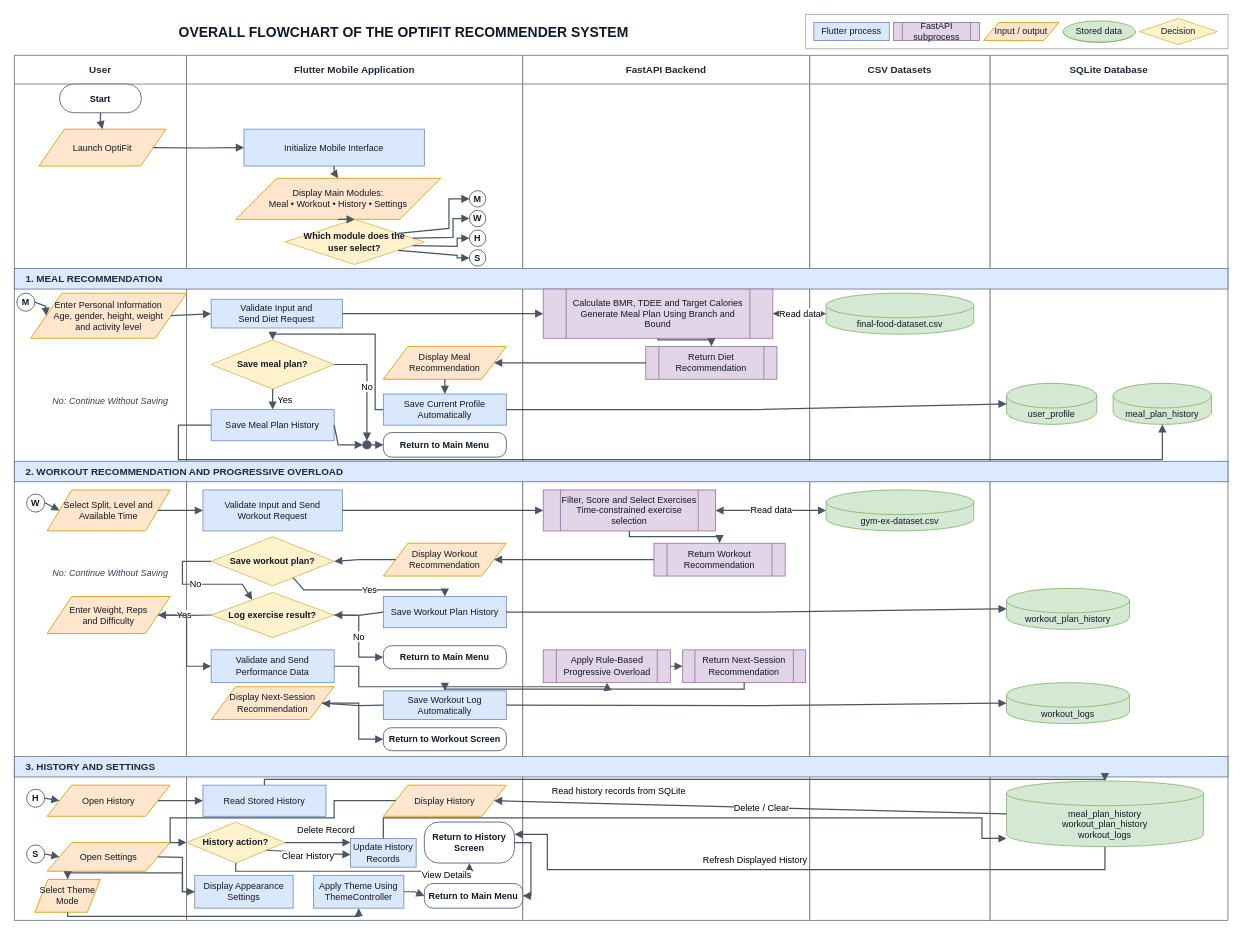
The draw.io diagram diagrams/OptiFit_Overall_Flowchart_Final_v3.drawio in JimeaVV/nlcn, before the edit. Source tidied: cells renumbered, new cells numbered last; positions are measured from the earlier drawing's top-left corner, leaving out a move shared by most shapes. Both pictures are drawn from the tidied source at 82%, with x=0, y=0 at pixel (14, 14).
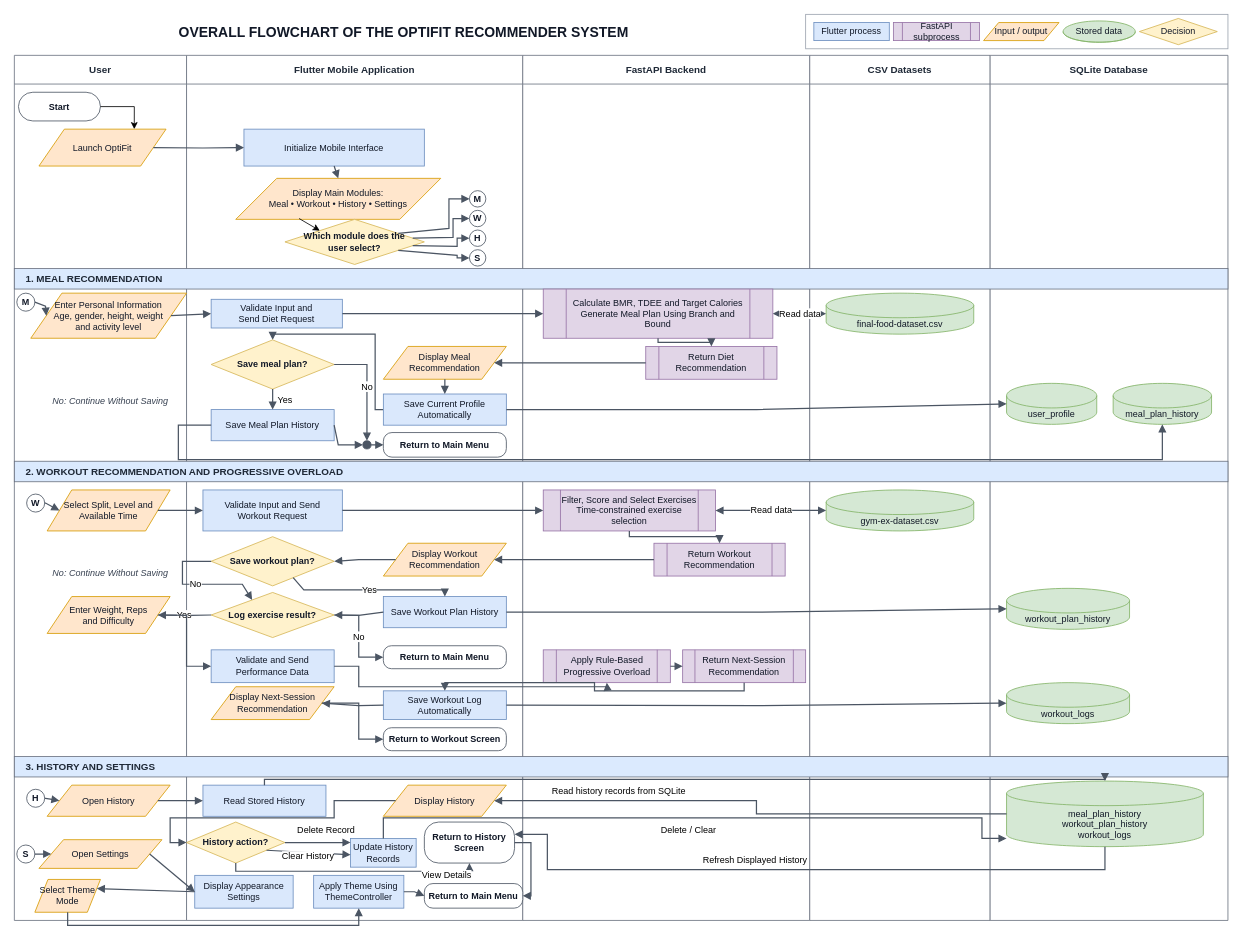
The same diagram, later.

Unchanged cells that the change refers to:
```xml
<mxCell id="2" value="User" style="swimlane;horizontal=1;startSize=35;html=1;whiteSpace=wrap;fillColor=#ffffff;swimlaneFillColor=#ffffff;strokeColor=#6b7280;fontColor=#1f2937;fontSize=12;fontStyle=1;shadow=0;" parent="1" vertex="1">
  <mxGeometry y="50" width="210" height="1055" as="geometry" />
</mxCell>
<mxCell id="16" value="Launch OptiFit" style="shape=parallelogram;perimeter=parallelogramPerimeter;whiteSpace=wrap;html=1;fillColor=#ffe6cc;strokeColor=#d79b00;fontColor=#111827;fontSize=11;shadow=0;" parent="1" vertex="1">
  <mxGeometry x="30" y="140" width="155" height="45" as="geometry" />
</mxCell>
<mxCell id="17" value="Initialize Mobile Interface" style="rounded=0;whiteSpace=wrap;html=1;fillColor=#dae8fc;strokeColor=#6c8ebf;fontColor=#111827;fontSize=11;shadow=0;" parent="1" vertex="1">
  <mxGeometry x="280" y="140" width="220" height="45" as="geometry" />
</mxCell>
<mxCell id="18" value="Display Main Modules:&#10;Meal • Workout • History • Settings" style="shape=parallelogram;perimeter=parallelogramPerimeter;whiteSpace=wrap;html=1;fillColor=#ffe6cc;strokeColor=#d79b00;fontColor=#111827;fontSize=11;shadow=0;" parent="1" vertex="1">
  <mxGeometry x="270" y="200" width="250" height="50" as="geometry" />
</mxCell>
<mxCell id="19" value="Which module does the&#10;user select?" style="rhombus;whiteSpace=wrap;html=1;fillColor=#fff2cc;strokeColor=#d6b656;fontColor=#111827;fontSize=11;fontStyle=1;shadow=0;" parent="1" vertex="1">
  <mxGeometry x="330" y="250" width="170" height="55" as="geometry" />
</mxCell>
<mxCell id="31" value="Calculate BMR, TDEE and Target Calories&#10;Generate Meal Plan Using Branch and Bound" style="shape=process;whiteSpace=wrap;html=1;fillColor=#e1d5e7;strokeColor=#9673a6;fontColor=#111827;fontSize=11;shadow=0;" parent="1" vertex="1">
  <mxGeometry x="645" y="335" width="280" height="60" as="geometry" />
</mxCell>
<mxCell id="33" value="Return Diet Recommendation" style="shape=process;whiteSpace=wrap;html=1;fillColor=#e1d5e7;strokeColor=#9673a6;fontColor=#111827;fontSize=11;shadow=0;" parent="1" vertex="1">
  <mxGeometry x="770" y="405" width="160" height="40" as="geometry" />
</mxCell>
<mxCell id="57" value="Return Next-Session&#10;Recommendation" style="shape=process;whiteSpace=wrap;html=1;fillColor=#e1d5e7;strokeColor=#9673a6;fontColor=#111827;fontSize=11;shadow=0;" parent="1" vertex="1">
  <mxGeometry x="815" y="775" width="150" height="40" as="geometry" />
</mxCell>
<mxCell id="58" value="Save Workout Log Automatically" style="rounded=0;whiteSpace=wrap;html=1;fillColor=#dae8fc;strokeColor=#6c8ebf;fontColor=#111827;fontSize=11;shadow=0;" parent="1" vertex="1">
  <mxGeometry x="450" y="825" width="150" height="35" as="geometry" />
</mxCell>
<mxCell id="66" value="meal_plan_history&#10;workout_plan_history&#10;workout_logs" style="shape=cylinder3;whiteSpace=wrap;html=1;boundedLbl=1;fillColor=#d5e8d4;strokeColor=#82b366;fontColor=#111827;fontSize=11;shadow=0;" parent="1" vertex="1">
  <mxGeometry x="1210" y="935" width="240" height="80" as="geometry" />
</mxCell>
<mxCell id="67" value="Display History" style="shape=parallelogram;perimeter=parallelogramPerimeter;whiteSpace=wrap;html=1;fillColor=#ffe6cc;strokeColor=#d79b00;fontColor=#111827;fontSize=11;shadow=0;" parent="1" vertex="1">
  <mxGeometry x="450" y="940" width="150" height="38" as="geometry" />
</mxCell>
<mxCell id="69" value="Update History&#10;Records" style="rounded=0;whiteSpace=wrap;html=1;fillColor=#dae8fc;strokeColor=#6c8ebf;fontColor=#111827;fontSize=11;shadow=0;" parent="1" vertex="1">
  <mxGeometry x="410" y="1005" width="80" height="35" as="geometry" />
</mxCell>
<mxCell id="74" value="Display Appearance Settings" style="rounded=0;whiteSpace=wrap;html=1;fillColor=#dae8fc;strokeColor=#6c8ebf;fontColor=#111827;fontSize=11;shadow=0;" parent="1" vertex="1">
  <mxGeometry x="220" y="1050" width="120" height="40" as="geometry" />
</mxCell>
<mxCell id="75" value="Select Theme Mode" style="shape=parallelogram;perimeter=parallelogramPerimeter;whiteSpace=wrap;html=1;fillColor=#ffe6cc;strokeColor=#d79b00;fontColor=#111827;fontSize=11;shadow=0;" parent="1" vertex="1">
  <mxGeometry x="25" y="1055" width="80" height="40" as="geometry" />
</mxCell>
<mxCell id="76" value="Apply Theme Using&#10;ThemeController" style="rounded=0;whiteSpace=wrap;html=1;fillColor=#dae8fc;strokeColor=#6c8ebf;fontColor=#111827;fontSize=11;shadow=0;" parent="1" vertex="1">
  <mxGeometry x="365" y="1050" width="110" height="40" as="geometry" />
</mxCell>
```

Diff of the diagram source:
```diff
@@
+    <mxCell id="15" value="Start" style="rounded=1;arcSize=50;whiteSpace=wrap;html=1;fillColor=#ffffff;strokeColor=#4b5563;fontColor=#111827;fontSize=11;fontStyle=1;shadow=0;" parent="2" vertex="1">
+      <mxGeometry x="5" y="45" width="100" height="35" as="geometry" />
+    </mxCell>
+    <mxCell id="73" value="Open Settings" style="shape=parallelogram;perimeter=parallelogramPerimeter;whiteSpace=wrap;html=1;fillColor=#ffe6cc;strokeColor=#d79b00;fontColor=#111827;fontSize=11;shadow=0;" parent="2" vertex="1">
+      <mxGeometry x="30" y="956.5" width="150" height="35" as="geometry" />
+    </mxCell>
+    <mxCell id="72" value="S" style="ellipse;whiteSpace=wrap;html=1;fillColor=#ffffff;strokeColor=#4b5563;fontColor=#111827;fontSize=11;fontStyle=1;shadow=0;" parent="2" vertex="1">
+      <mxGeometry x="3" y="963" width="22" height="22" as="geometry" />
+    </mxCell>
+    <mxCell id="129" style="edgeStyle=none;rounded=0;html=1;endArrow=block;endFill=1;strokeColor=#4b5563;strokeWidth=1.5;exitX=1;exitY=0.5;entryX=0;entryY=0.5;" parent="2" edge="1" source="72" target="73">
+      <mxGeometry relative="1" as="geometry">
+        <Array as="points">
+          <mxPoint x="38" y="974" />
+        </Array>
+      </mxGeometry>
+    </mxCell>
@@
-    <mxCell id="15" value="Start" style="rounded=1;arcSize=50;whiteSpace=wrap;html=1;fillColor=#ffffff;strokeColor=#4b5563;fontColor=#111827;fontSize=11;fontStyle=1;shadow=0;" parent="1" vertex="1">
-      <mxGeometry x="55" y="85" width="100" height="35" as="geometry" />
-    </mxCell>
@@
-    <mxCell id="72" value="S" style="ellipse;whiteSpace=wrap;html=1;fillColor=#ffffff;strokeColor=#4b5563;fontColor=#111827;fontSize=11;fontStyle=1;shadow=0;" parent="1" vertex="1">
-      <mxGeometry x="15" y="1013" width="22" height="22" as="geometry" />
-    </mxCell>
-    <mxCell id="73" value="Open Settings" style="shape=parallelogram;perimeter=parallelogramPerimeter;whiteSpace=wrap;html=1;fillColor=#ffe6cc;strokeColor=#d79b00;fontColor=#111827;fontSize=11;shadow=0;" parent="1" vertex="1">
-      <mxGeometry x="40" y="1010" width="150" height="35" as="geometry" />
-    </mxCell>
@@
-    <mxCell id="77" style="edgeStyle=none;rounded=0;html=1;endArrow=block;endFill=1;strokeColor=#4b5563;strokeWidth=1.5;exitX=0.5;exitY=1;entryX=0.5;entryY=0;" parent="1" edge="1" source="15" target="16">
-      <mxGeometry relative="1" as="geometry">
-        <Array as="points">
-          <mxPoint x="105" y="130" />
-        </Array>
-      </mxGeometry>
-    </mxCell>
@@
-    <mxCell id="79" style="edgeStyle=none;rounded=0;html=1;endArrow=block;endFill=1;strokeColor=#4b5563;strokeWidth=1.5;exitX=0.5;exitY=1;entryX=0.5;entryY=0;" parent="1" edge="1" source="17" target="18">
-      <mxGeometry relative="1" as="geometry">
-        <Array as="points">
-          <mxPoint x="390" y="193" />
-        </Array>
-      </mxGeometry>
+    <mxCell id="79" style="rounded=0;html=1;endArrow=block;endFill=1;strokeColor=#4b5563;strokeWidth=1.5;exitX=0.5;exitY=1;entryX=0.5;entryY=0;" parent="1" edge="1" source="17" target="18">
+      <mxGeometry relative="1" as="geometry" />
     </mxCell>
-    <mxCell id="80" style="edgeStyle=none;rounded=0;html=1;endArrow=block;endFill=1;strokeColor=#4b5563;strokeWidth=1.5;exitX=0.5;exitY=1;entryX=0.5;entryY=0;" parent="1" edge="1" source="18" target="19">
-      <mxGeometry relative="1" as="geometry">
-        <Array as="points">
-          <mxPoint x="415" y="250" />
-        </Array>
-      </mxGeometry>
-    </mxCell>
@@
-    <mxCell id="89" style="edgeStyle=none;rounded=0;html=1;endArrow=block;endFill=1;strokeColor=#4b5563;strokeWidth=1.5;exitX=0.5;exitY=1;entryX=0.5;entryY=0;" parent="1" edge="1" source="31" target="33">
+    <mxCell id="89" style="edgeStyle=orthogonalEdgeStyle;rounded=0;html=1;endArrow=block;endFill=1;strokeColor=#4b5563;strokeWidth=1.5;exitX=0.5;exitY=1;entryX=0.5;entryY=0;libavoidRouting=1;" parent="1" edge="1" source="31" target="33">
       <mxGeometry relative="1" as="geometry">
         <Array as="points">
-          <mxPoint x="785" y="397" />
-          <mxPoint x="850" y="397" />
+          <mxPoint x="785" y="400" />
+          <mxPoint x="850" y="400" />
         </Array>
       </mxGeometry>
     </mxCell>
@@
-    <mxCell id="114" style="edgeStyle=none;rounded=0;html=1;endArrow=block;endFill=1;strokeColor=#4b5563;strokeWidth=1.5;exitX=0.5;exitY=1;entryX=0.5;entryY=0;" parent="1" edge="1" source="57" target="58">
-      <mxGeometry relative="1" as="geometry">
-        <Array as="points">
-          <mxPoint x="890" y="823" />
-          <mxPoint x="525" y="823" />
-        </Array>
-      </mxGeometry>
+    <mxCell id="114" style="edgeStyle=orthogonalEdgeStyle;rounded=0;html=1;endArrow=block;endFill=1;strokeColor=#4b5563;strokeWidth=1.5;exitX=0.5;exitY=1;entryX=0.5;entryY=0;libavoidRouting=1;" parent="1" edge="1" source="57" target="58">
+      <mxGeometry relative="1" as="geometry" />
     </mxCell>
@@
-    <mxCell id="121" style="edgeStyle=none;rounded=0;html=1;endArrow=block;endFill=1;strokeColor=#4b5563;strokeWidth=1.5;exitX=0;exitY=0.5;entryX=1;entryY=0.5;" parent="1" edge="1" source="66" target="67">
+    <mxCell id="121" style="edgeStyle=orthogonalEdgeStyle;rounded=0;html=1;endArrow=block;endFill=1;strokeColor=#4b5563;strokeWidth=1.5;exitX=0;exitY=0.5;entryX=1;entryY=0.5;libavoidRouting=1;" parent="1" edge="1" source="66" target="67">
       <mxGeometry relative="1" as="geometry" />
     </mxCell>
@@
     <mxCell id="126" value="Delete / Clear" style="edgeStyle=none;rounded=0;html=1;endArrow=block;endFill=1;strokeColor=#4b5563;strokeWidth=1.5;fontSize=11;labelBackgroundColor=#ffffff;exitX=0.5;exitY=0;entryX=0;entryY=0.875;" parent="1" edge="1" source="69" target="66">
-      <mxGeometry x="0.2" relative="1" as="geometry">
+      <mxGeometry x="-0.02" y="-15" relative="1" as="geometry">
         <Array as="points">
           <mxPoint x="450" y="980" />
           <mxPoint x="1180" y="980" />
           <mxPoint x="1180" y="1005" />
         </Array>
-        <mxPoint y="-12" as="offset" />
       </mxGeometry>
     </mxCell>
@@
-    <mxCell id="129" style="edgeStyle=none;rounded=0;html=1;endArrow=block;endFill=1;strokeColor=#4b5563;strokeWidth=1.5;exitX=1;exitY=0.5;entryX=0;entryY=0.5;" parent="1" edge="1" source="72" target="73">
-      <mxGeometry relative="1" as="geometry">
-        <Array as="points">
-          <mxPoint x="38" y="1024" />
-        </Array>
-      </mxGeometry>
-    </mxCell>
-    <mxCell id="130" style="edgeStyle=none;rounded=0;html=1;endArrow=block;endFill=1;strokeColor=#4b5563;strokeWidth=1.5;exitX=1;exitY=0.5;entryX=0;entryY=0.5;" parent="1" edge="1" source="73" target="74">
-      <mxGeometry relative="1" as="geometry">
-        <Array as="points">
-          <mxPoint x="205" y="1028" />
-          <mxPoint x="205" y="1070" />
-        </Array>
-      </mxGeometry>
+    <mxCell id="130" style="rounded=0;html=1;endArrow=block;endFill=1;strokeColor=#4b5563;strokeWidth=1.5;exitX=1;exitY=0.5;entryX=0;entryY=0.5;" parent="1" edge="1" source="73" target="74">
+      <mxGeometry relative="1" as="geometry" />
     </mxCell>
-    <mxCell id="131" style="edgeStyle=none;rounded=0;html=1;endArrow=block;endFill=1;strokeColor=#4b5563;strokeWidth=1.5;exitX=0;exitY=0.5;entryX=0.5;entryY=0;" parent="1" edge="1" source="74" target="75">
-      <mxGeometry relative="1" as="geometry">
-        <Array as="points">
-          <mxPoint x="205" y="1070" />
-          <mxPoint x="205" y="1047" />
-          <mxPoint x="65" y="1047" />
-        </Array>
-      </mxGeometry>
+    <mxCell id="131" style="rounded=0;html=1;endArrow=block;endFill=1;strokeColor=#4b5563;strokeWidth=1.5;exitX=0;exitY=0.5;entryX=1;entryY=0.25;entryDx=0;entryDy=0;" parent="1" edge="1" source="74" target="75">
+      <mxGeometry relative="1" as="geometry" />
     </mxCell>
-    <mxCell id="132" style="edgeStyle=none;rounded=0;html=1;endArrow=block;endFill=1;strokeColor=#4b5563;strokeWidth=1.5;exitX=0.5;exitY=1;entryX=0.5;entryY=1;" parent="1" edge="1" source="75" target="76">
+    <mxCell id="132" style="edgeStyle=orthogonalEdgeStyle;rounded=0;html=1;endArrow=block;endFill=1;strokeColor=#4b5563;strokeWidth=1.5;exitX=0.5;exitY=1;entryX=0.5;entryY=1;libavoidRouting=1;" parent="1" edge="1" source="75" target="76">
       <mxGeometry relative="1" as="geometry">
         <Array as="points">
-          <mxPoint x="65" y="1100" />
-          <mxPoint x="420" y="1100" />
+          <mxPoint x="65" y="1111" />
+          <mxPoint x="420" y="1111" />
         </Array>
       </mxGeometry>
     </mxCell>
@@
+    <mxCell id="80" style="rounded=0;jettySize=auto;html=1;entryX=0;entryY=0;entryDx=0;entryDy=0;exitX=0.309;exitY=0.98;exitDx=0;exitDy=0;exitPerimeter=0;" parent="1" edge="1" source="18" target="19">
+      <mxGeometry relative="1" as="geometry" />
+    </mxCell>
+    <mxCell id="77" style="rounded=0;jettySize=auto;html=1;entryX=0.75;entryY=0;entryDx=0;entryDy=0;edgeStyle=orthogonalEdgeStyle;libavoidRouting=1;" parent="1" edge="1" source="15" target="16">
+      <mxGeometry relative="1" as="geometry">
+        <Array as="points">
+          <mxPoint x="146" y="113" />
+        </Array>
+      </mxGeometry>
+    </mxCell>
```
